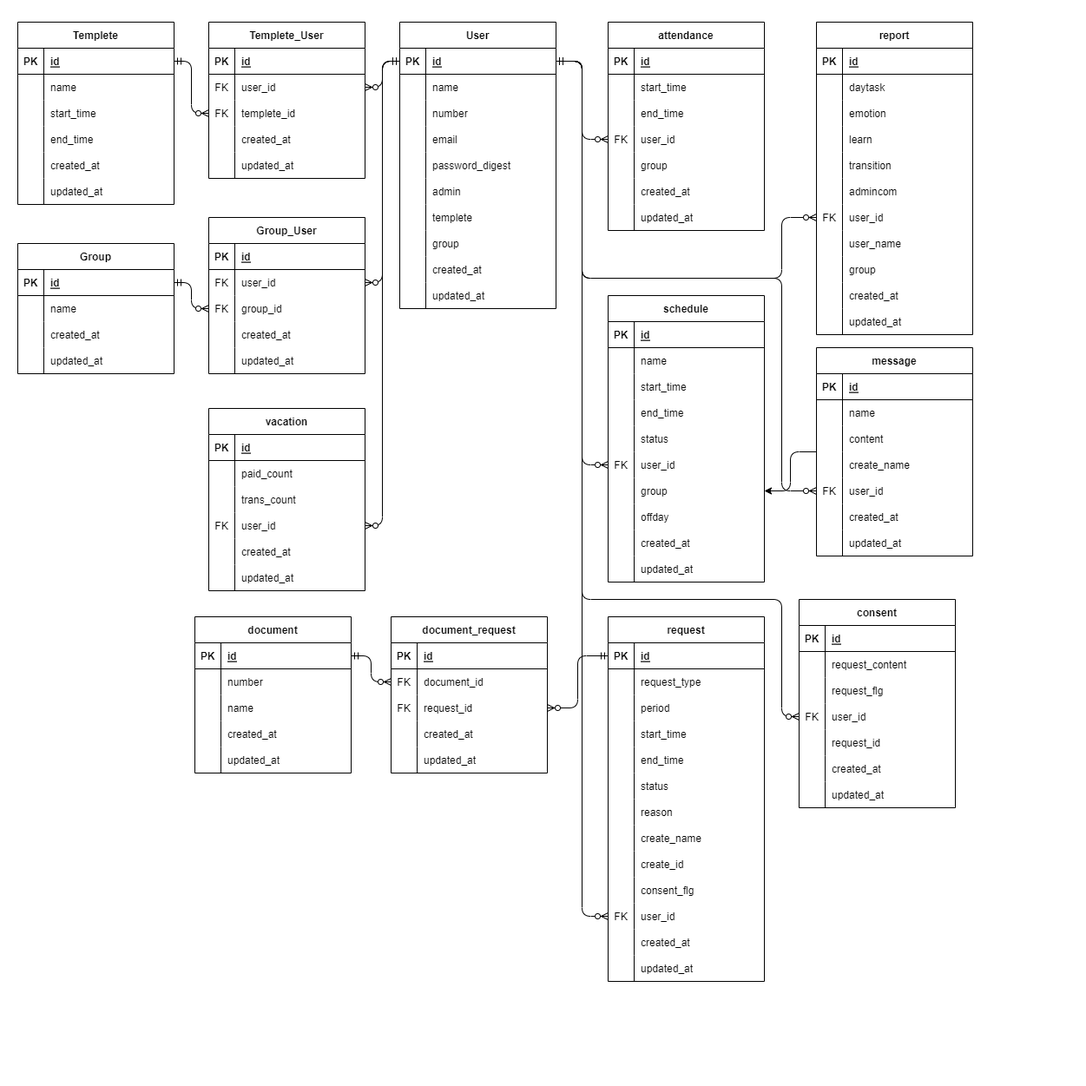
Earlier version of the draw.io export JobT_ER.png (yoshihiro-kawabata/JobT). Source tidied: cells renumbered, new cells last; positions are measured from the earlier drawing's top-left corner, leaving out a move shared by most shapes.
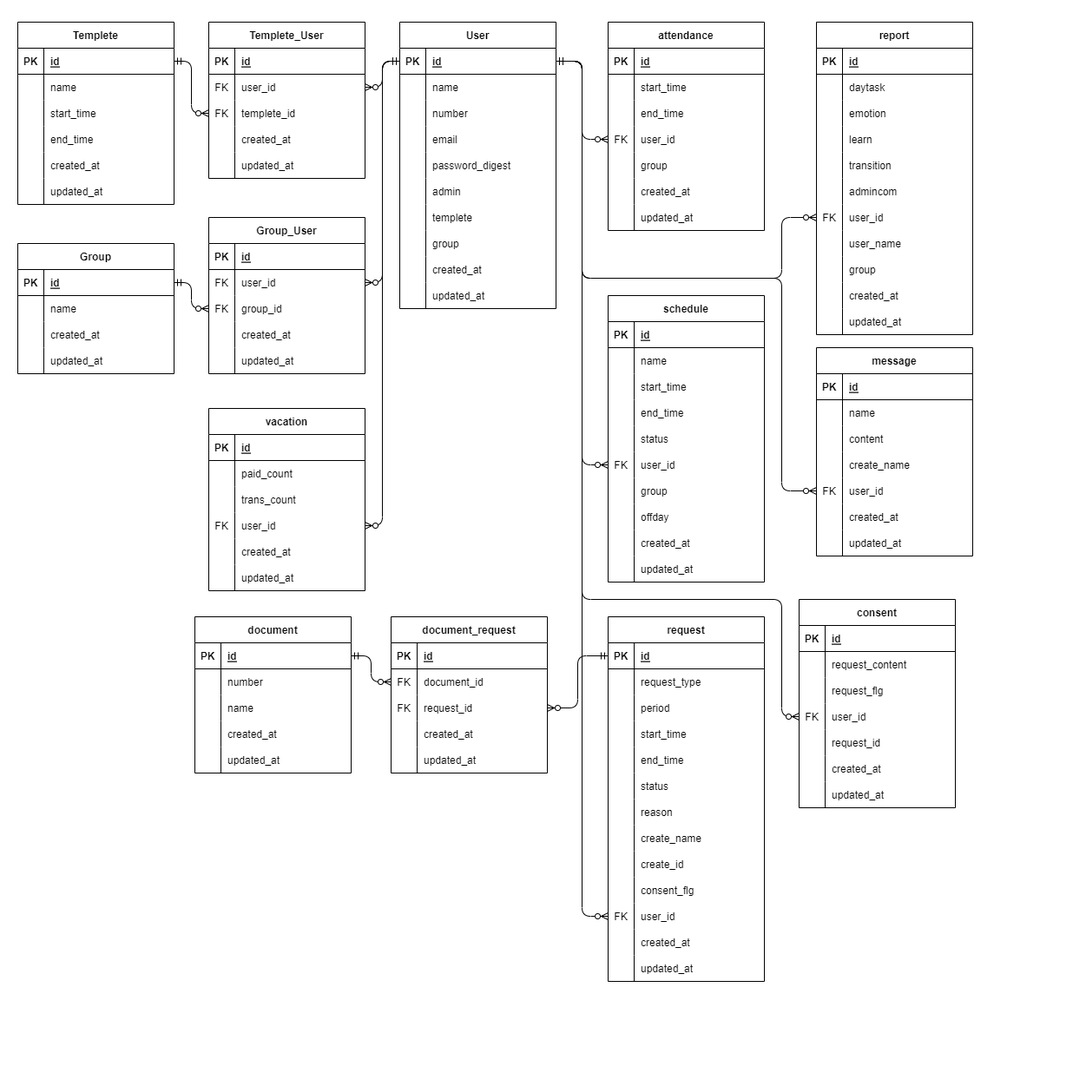
The same file after the commit.

What changed in the source:
```diff
@@ -473,9 +473,6 @@
         </Array>
       </mxGeometry>
     </mxCell>
-    <mxCell id="157" style="edgeStyle=orthogonalEdgeStyle;html=1;elbow=vertical;" parent="1" edge="1" source="158" target="144">
-      <mxGeometry relative="1" as="geometry" />
-    </mxCell>
     <mxCell id="158" value="message" style="shape=table;startSize=30;rowLines=0;fontStyle=1;align=center;strokeColor=#000000;fontColor=#000000;fillColor=none;" parent="1" vertex="1">
       <mxGeometry x="940" y="400" width="180" height="240" as="geometry" />
     </mxCell>
```
